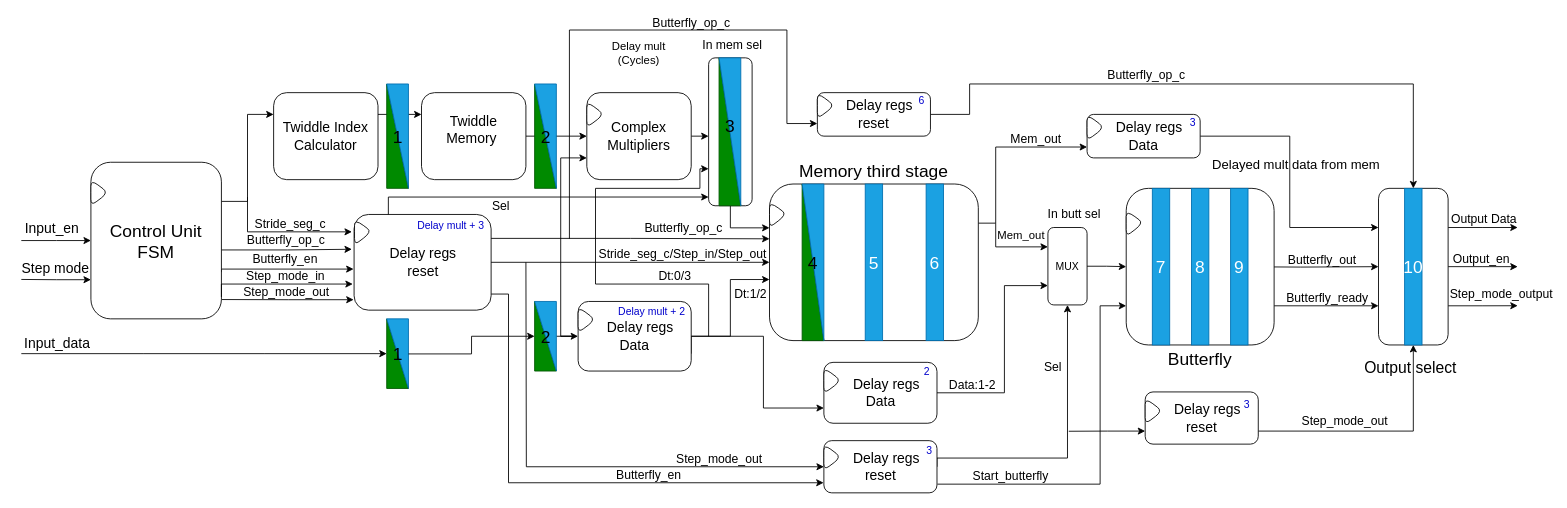
Earlier version of the draw.io diagram Plots_draw/Split_radix_draws/third_stage.drawio (Chzerdalis/FFT_hardware_accelarator). Source tidied: cells renumbered, new cells numbered last; positions are measured from the earlier drawing's top-left corner, leaving out a move shared by most shapes. Both pictures are drawn from the tidied source at 87%, with x=0, y=0 at pixel (21, 22).
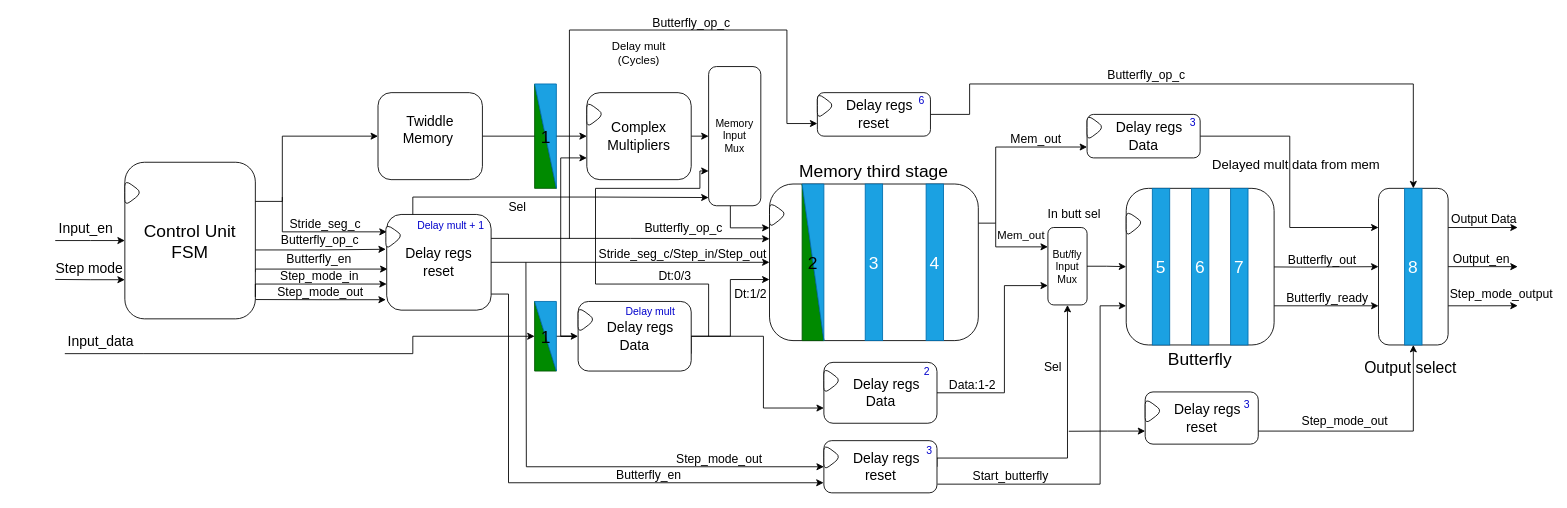
The same diagram, later.

The change refers to these unchanged cells:
```xml
<mxCell id="22" style="group;labelBackgroundColor=none;" parent="1" vertex="1">
  <mxGeometry x="590" y="71" width="42.5" height="120" as="geometry" />
</mxCell>
<mxCell id="54" style="group;labelBackgroundColor=none;" parent="1" vertex="1">
  <mxGeometry x="590" y="321" width="42.5" height="80" as="geometry" />
</mxCell>
<mxCell id="55" style="verticalLabelPosition=bottom;verticalAlign=top;html=1;shape=mxgraph.basic.orthogonal_triangle;fillColor=#008a00;fontColor=#ffffff;strokeColor=#005700;points=[[0,0,0,0,0],[0,0.5,0,0,0],[0,1,0,0,0],[0.5,0.5,0,0,0],[1,1,0,0,0]];labelBackgroundColor=none;" parent="54" vertex="1">
  <mxGeometry width="25" height="80" as="geometry" />
</mxCell>
```

The edit, as a diff of the source:
```diff
@@
     <mxCell id="2" style="edgeStyle=orthogonalEdgeStyle;rounded=0;jettySize=auto;html=1;exitX=0;exitY=0.5;exitDx=0;exitDy=0;exitPerimeter=0;startArrow=classic;startFill=1;endArrow=none;endFill=0;labelBackgroundColor=none;" parent="1" edge="1" source="11">
       <mxGeometry relative="1" as="geometry">
-        <mxPoint y="251" as="targetPoint" />
+        <mxPoint x="39" y="251" as="targetPoint" />
       </mxGeometry>
     </mxCell>
@@
-    <mxCell id="4" style="edgeStyle=orthogonalEdgeStyle;rounded=0;jettySize=auto;html=1;exitX=1;exitY=0.25;exitDx=0;exitDy=0;exitPerimeter=0;entryX=0;entryY=0.25;entryDx=0;entryDy=0;labelBackgroundColor=none;" parent="1" edge="1" source="11" target="15">
-      <mxGeometry relative="1" as="geometry" />
-    </mxCell>
     <mxCell id="5" style="edgeStyle=orthogonalEdgeStyle;rounded=0;jettySize=auto;html=1;exitX=1;exitY=0.56;exitDx=0;exitDy=0;exitPerimeter=0;labelBackgroundColor=none;" parent="1" edge="1" source="11">
       <mxGeometry relative="1" as="geometry">
-        <mxPoint x="380" y="261" as="targetPoint" />
+        <mxPoint x="419" y="261" as="targetPoint" />
         <Array as="points">
-          <mxPoint x="306" y="262" />
-          <mxPoint x="383" y="261" />
+          <mxPoint x="345" y="262" />
+          <mxPoint x="422" y="261" />
         </Array>
       </mxGeometry>
     </mxCell>
@@
     <mxCell id="7" style="edgeStyle=orthogonalEdgeStyle;rounded=0;orthogonalLoop=1;jettySize=auto;html=1;exitX=0.99;exitY=0.727;exitDx=0;exitDy=0;exitPerimeter=0;entryX=-0.004;entryY=0.616;entryDx=0;entryDy=0;entryPerimeter=0;labelBackgroundColor=none;" parent="1" edge="1">
       <mxGeometry relative="1" as="geometry">
-        <mxPoint x="228.5" y="286.9" as="sourcePoint" />
-        <mxPoint x="381.9" y="283.8" as="targetPoint" />
+        <mxPoint x="267.5" y="286.9" as="sourcePoint" />
+        <mxPoint x="420.9" y="283.8" as="targetPoint" />
         <Array as="points">
-          <mxPoint x="230" y="287" />
-          <mxPoint x="230" y="284" />
+          <mxPoint x="269" y="287" />
+          <mxPoint x="269" y="284" />
         </Array>
       </mxGeometry>
     </mxCell>
@@
     <mxCell id="9" style="edgeStyle=orthogonalEdgeStyle;rounded=0;jettySize=auto;html=1;exitX=0;exitY=0.75;exitDx=0;exitDy=0;exitPerimeter=0;endArrow=none;endFill=0;startArrow=classic;startFill=1;labelBackgroundColor=none;" parent="1" edge="1" source="11">
       <mxGeometry relative="1" as="geometry">
-        <mxPoint y="295.7" as="targetPoint" />
+        <mxPoint x="39" y="295.7" as="targetPoint" />
       </mxGeometry>
     </mxCell>
     <mxCell id="10" style="edgeStyle=orthogonalEdgeStyle;rounded=0;orthogonalLoop=1;jettySize=auto;html=1;exitX=1;exitY=0.86;exitDx=0;exitDy=0;exitPerimeter=0;labelBackgroundColor=none;" parent="1" edge="1">
       <mxGeometry relative="1" as="geometry">
-        <mxPoint x="230" y="318.8" as="sourcePoint" />
-        <mxPoint x="382" y="319" as="targetPoint" />
+        <mxPoint x="269" y="318.8" as="sourcePoint" />
+        <mxPoint x="419" y="319" as="targetPoint" />
         <Array as="points">
-          <mxPoint x="307" y="319" />
-          <mxPoint x="383" y="318" />
+          <mxPoint x="346" y="319" />
+          <mxPoint x="422" y="318" />
         </Array>
       </mxGeometry>
     </mxCell>
     <mxCell id="11" value="&lt;font style=&quot;font-size: 20px;&quot;&gt;Control Unit&lt;br&gt;FSM&lt;/font&gt;" style="rounded=1;whiteSpace=wrap;html=1;points=[[0,0,0,0,0],[0,0.25,0,0,0],[0,0.5,0,0,0],[0,0.75,0,0,0],[0,1,0,0,0],[0.25,0,0,0,0],[0.25,1,0,0,0],[0.5,0,0,0,0],[0.5,1,0,0,0],[0.75,0,0,0,0],[0.75,1,0,0,0],[1,0,0,0,0],[1,0.25,0,0,0],[1,0.37,0,0,0],[1,0.5,0,0,0],[1,0.62,0,0,0],[1,0.75,0,0,0],[1,0.86,0,0,0],[1,1,0,0,0]];labelBackgroundColor=none;" parent="1" vertex="1">
-      <mxGeometry x="80" y="161" width="150" height="180" as="geometry" />
+      <mxGeometry x="119" y="161" width="150" height="180" as="geometry" />
     </mxCell>
     <mxCell id="12" style="triangle;whiteSpace=wrap;html=1;rounded=1;labelBackgroundColor=none;" parent="1" vertex="1">
-      <mxGeometry x="80" y="181" width="20" height="30" as="geometry" />
+      <mxGeometry x="119" y="181" width="20" height="30" as="geometry" />
     </mxCell>
     <mxCell id="13" value="&lt;font style=&quot;font-size: 16px;&quot;&gt;Input_data&lt;/font&gt;" style="edgeLabel;html=1;align=center;verticalAlign=middle;labelBackgroundColor=none;" parent="1" vertex="1">
-      <mxGeometry x="40" y="368" as="geometry" />
+      <mxGeometry x="90" y="366" as="geometry" />
     </mxCell>
-    <mxCell id="14" style="edgeStyle=orthogonalEdgeStyle;rounded=0;jettySize=auto;html=1;exitX=1;exitY=0.25;exitDx=0;exitDy=0;entryX=0;entryY=0.25;entryDx=0;entryDy=0;labelBackgroundColor=none;" parent="1" edge="1" source="15" target="21">
-      <mxGeometry relative="1" as="geometry" />
-    </mxCell>
-    <mxCell id="15" value="&lt;font style=&quot;font-size: 16px;&quot;&gt;Twiddle Index&lt;/font&gt;&lt;div&gt;&lt;font style=&quot;font-size: 16px;&quot;&gt;Calculator&lt;/font&gt;&lt;/div&gt;" style="rounded=1;whiteSpace=wrap;html=1;labelBackgroundColor=none;" parent="1" vertex="1">
-      <mxGeometry x="290" y="81" width="120" height="100" as="geometry" />
-    </mxCell>
-    <mxCell id="16" style="group;labelBackgroundColor=none;" parent="1" vertex="1">
-      <mxGeometry x="420" y="71" width="42.5" height="120" as="geometry" />
-    </mxCell>
-    <mxCell id="17" style="verticalLabelPosition=bottom;verticalAlign=top;html=1;shape=mxgraph.basic.orthogonal_triangle;fillColor=#008a00;fontColor=#ffffff;strokeColor=#005700;labelBackgroundColor=none;" parent="16" vertex="1">
-      <mxGeometry width="25" height="120" as="geometry" />
-    </mxCell>
-    <mxCell id="18" style="verticalLabelPosition=bottom;verticalAlign=top;html=1;shape=mxgraph.basic.orthogonal_triangle;rotation=-180;fillColor=#1ba1e2;fontColor=#ffffff;strokeColor=#006EAF;labelBackgroundColor=none;" parent="16" vertex="1">
-      <mxGeometry width="25" height="120" as="geometry" />
-    </mxCell>
-    <mxCell id="19" value="&lt;font style=&quot;font-size: 20px;&quot;&gt;1&lt;/font&gt;" style="text;html=1;whiteSpace=wrap;strokeColor=none;fillColor=none;align=center;verticalAlign=middle;rounded=0;labelBackgroundColor=none;" parent="16" vertex="1">
-      <mxGeometry x="-17.5" y="45" width="60" height="30" as="geometry" />
-    </mxCell>
@@
     <mxCell id="21" value="&lt;font style=&quot;font-size: 16px;&quot;&gt;Twiddle Memory&amp;nbsp;&lt;/font&gt;&lt;div&gt;&lt;br&gt;&lt;/div&gt;" style="rounded=1;whiteSpace=wrap;html=1;labelBackgroundColor=none;" parent="1" vertex="1">
-      <mxGeometry x="460" y="81" width="120" height="100" as="geometry" />
+      <mxGeometry x="410" y="81" width="120" height="100" as="geometry" />
     </mxCell>
@@
-    <mxCell id="25" value="&lt;font style=&quot;font-size: 20px;&quot;&gt;2&lt;/font&gt;" style="text;html=1;whiteSpace=wrap;strokeColor=none;fillColor=none;align=center;verticalAlign=middle;rounded=0;labelBackgroundColor=none;" parent="22" vertex="1">
+    <mxCell id="25" value="&lt;font style=&quot;font-size: 20px;&quot;&gt;1&lt;/font&gt;" style="text;html=1;whiteSpace=wrap;strokeColor=none;fillColor=none;align=center;verticalAlign=middle;rounded=0;labelBackgroundColor=none;" parent="22" vertex="1">
       <mxGeometry x="-6.2" y="45" width="37.5" height="30" as="geometry" />
     </mxCell>
@@
-    <mxCell id="33" value="&lt;font style=&quot;font-size: 20px;&quot;&gt;5&lt;/font&gt;" style="rounded=0;whiteSpace=wrap;html=1;fillColor=#1ba1e2;fontColor=#ffffff;strokeColor=#006EAF;labelBackgroundColor=none;" parent="1" vertex="1">
+    <mxCell id="33" value="&lt;font style=&quot;font-size: 20px;&quot;&gt;3&lt;/font&gt;" style="rounded=0;whiteSpace=wrap;html=1;fillColor=#1ba1e2;fontColor=#ffffff;strokeColor=#006EAF;labelBackgroundColor=none;" parent="1" vertex="1">
       <mxGeometry x="970" y="186" width="20" height="180" as="geometry" />
     </mxCell>
-    <mxCell id="34" value="&lt;font style=&quot;font-size: 20px;&quot;&gt;6&lt;/font&gt;" style="rounded=0;whiteSpace=wrap;html=1;fillColor=#1ba1e2;fontColor=#ffffff;strokeColor=#006EAF;labelBackgroundColor=none;" parent="1" vertex="1">
+    <mxCell id="34" value="&lt;font style=&quot;font-size: 20px;&quot;&gt;4&lt;/font&gt;" style="rounded=0;whiteSpace=wrap;html=1;fillColor=#1ba1e2;fontColor=#ffffff;strokeColor=#006EAF;labelBackgroundColor=none;" parent="1" vertex="1">
       <mxGeometry x="1040" y="186" width="20" height="180" as="geometry" />
     </mxCell>
@@
-    <mxCell id="38" value="&lt;font style=&quot;font-size: 20px;&quot;&gt;4&lt;/font&gt;" style="text;html=1;whiteSpace=wrap;strokeColor=none;fillColor=none;align=center;verticalAlign=middle;rounded=0;labelBackgroundColor=none;" parent="1" vertex="1">
+    <mxCell id="38" value="&lt;font style=&quot;font-size: 20px;&quot;&gt;2&lt;/font&gt;" style="text;html=1;whiteSpace=wrap;strokeColor=none;fillColor=none;align=center;verticalAlign=middle;rounded=0;labelBackgroundColor=none;" parent="1" vertex="1">
       <mxGeometry x="880" y="261" width="60" height="30" as="geometry" />
     </mxCell>
@@
     <mxCell id="40" style="endArrow=classic;html=1;rounded=0;endFill=1;labelBackgroundColor=none;" parent="1" edge="1">
       <mxGeometry relative="1" as="geometry">
-        <mxPoint x="260" y="201" as="sourcePoint" />
-        <mxPoint x="380" y="241" as="targetPoint" />
+        <mxPoint x="300" y="201" as="sourcePoint" />
+        <mxPoint x="420" y="241" as="targetPoint" />
         <Array as="points">
-          <mxPoint x="260" y="241" />
+          <mxPoint x="300" y="241" />
         </Array>
       </mxGeometry>
     </mxCell>
@@
-    <mxCell id="42" style="endArrow=classic;html=1;rounded=0;entryX=0;entryY=0.5;entryDx=0;entryDy=0;endFill=1;entryPerimeter=0;labelBackgroundColor=none;" parent="1" edge="1" target="51">
+    <mxCell id="42" style="endArrow=classic;html=1;rounded=0;entryX=0.292;entryY=0.5;entryDx=0;entryDy=0;endFill=1;entryPerimeter=0;labelBackgroundColor=none;" parent="1" edge="1" target="57">
       <mxGeometry relative="1" as="geometry">
-        <mxPoint y="381" as="sourcePoint" />
+        <mxPoint x="50" y="381" as="sourcePoint" />
         <Array as="points">
           <mxPoint x="140" y="381" />
           <mxPoint x="210" y="381" />
-          <mxPoint x="280" y="381" />
+          <mxPoint x="450" y="381" />
+          <mxPoint x="450" y="361" />
         </Array>
       </mxGeometry>
     </mxCell>
@@
     <mxCell id="47" value="&lt;div&gt;&lt;span style=&quot;font-size: 16px;&quot;&gt;Delay regs&lt;/span&gt;&lt;/div&gt;&lt;div&gt;&lt;span style=&quot;font-size: 16px;&quot;&gt;reset&lt;/span&gt;&lt;/div&gt;" style="rounded=1;whiteSpace=wrap;html=1;points=[[0,0,0,0,0],[0,0.17,0,0,0],[0,0.38,0,0,0],[0,0.53,0,0,0],[0,0.68,0,0,0],[0,0.82,0,0,0],[0,1,0,0,0],[0.25,0,0,0,0],[0.25,1,0,0,0],[0.5,0,0,0,0],[0.5,1,0,0,0],[0.75,0,0,0,0],[0.75,1,0,0,0],[1,0,0,0,0],[1,0.25,0,0,0],[1,0.5,0,0,0],[1,0.75,0,0,0],[1,1,0,0,0]];labelBackgroundColor=none;" parent="1" vertex="1">
-      <mxGeometry x="382.5" y="221" width="157.5" height="110" as="geometry" />
+      <mxGeometry x="420" y="221" width="120" height="110" as="geometry" />
     </mxCell>
     <mxCell id="48" style="triangle;whiteSpace=wrap;html=1;rounded=1;arcSize=50;labelBackgroundColor=none;" parent="1" vertex="1">
-      <mxGeometry x="383" y="226" width="20" height="30" as="geometry" />
+      <mxGeometry x="419" y="231" width="20" height="30" as="geometry" />
     </mxCell>
@@
-    <mxCell id="50" style="group;labelBackgroundColor=none;" parent="1" vertex="1">
-      <mxGeometry x="420" y="341" width="42.5" height="80" as="geometry" />
-    </mxCell>
-    <mxCell id="51" style="verticalLabelPosition=bottom;verticalAlign=top;html=1;shape=mxgraph.basic.orthogonal_triangle;fillColor=#008a00;fontColor=#ffffff;strokeColor=#005700;points=[[0,0,0,0,0],[0,0.5,0,0,0],[0,1,0,0,0],[0.5,0.5,0,0,0],[1,1,0,0,0]];labelBackgroundColor=none;" parent="50" vertex="1">
-      <mxGeometry width="25" height="80" as="geometry" />
-    </mxCell>
-    <mxCell id="52" style="verticalLabelPosition=bottom;verticalAlign=top;html=1;shape=mxgraph.basic.orthogonal_triangle;rotation=-180;fillColor=#1ba1e2;fontColor=#ffffff;strokeColor=#006EAF;points=[[0,0,0,0,0],[0,1,0,0,0],[0.5,0.5,0,0,0],[1,0.5,0,0,0],[1,1,0,0,0]];labelBackgroundColor=none;" parent="50" vertex="1">
-      <mxGeometry width="25" height="80" as="geometry" />
-    </mxCell>
-    <mxCell id="53" value="&lt;font style=&quot;font-size: 20px;&quot;&gt;1&lt;/font&gt;" style="text;html=1;whiteSpace=wrap;strokeColor=none;fillColor=none;align=center;verticalAlign=middle;rounded=0;labelBackgroundColor=none;" parent="50" vertex="1">
-      <mxGeometry x="-17.5" y="25" width="60" height="30" as="geometry" />
-    </mxCell>
@@
-    <mxCell id="57" value="&lt;font style=&quot;font-size: 20px;&quot;&gt;2&lt;/font&gt;" style="text;html=1;whiteSpace=wrap;strokeColor=none;fillColor=none;align=center;verticalAlign=middle;rounded=0;labelBackgroundColor=none;" parent="54" vertex="1">
+    <mxCell id="57" value="&lt;font style=&quot;font-size: 20px;&quot;&gt;1&lt;/font&gt;" style="text;html=1;whiteSpace=wrap;strokeColor=none;fillColor=none;align=center;verticalAlign=middle;rounded=0;labelBackgroundColor=none;" parent="54" vertex="1">
       <mxGeometry x="-17.5" y="25" width="60" height="30" as="geometry" />
     </mxCell>
-    <mxCell id="58" style="edgeStyle=orthogonalEdgeStyle;rounded=0;jettySize=auto;html=1;exitX=0;exitY=0.5;exitDx=0;exitDy=0;exitPerimeter=0;entryX=-0.001;entryY=0.496;entryDx=0;entryDy=0;entryPerimeter=0;endArrow=none;endFill=0;startArrow=classic;startFill=1;labelBackgroundColor=none;" parent="1" edge="1" source="55" target="52">
-      <mxGeometry relative="1" as="geometry" />
-    </mxCell>
@@
-    <mxCell id="74" value="&lt;font style=&quot;font-size: 20px;&quot;&gt;7&lt;/font&gt;" style="rounded=0;whiteSpace=wrap;html=1;fillColor=#1ba1e2;fontColor=#ffffff;strokeColor=#006EAF;labelBackgroundColor=none;" parent="1" vertex="1">
+    <mxCell id="74" value="&lt;font style=&quot;font-size: 20px;&quot;&gt;5&lt;/font&gt;" style="rounded=0;whiteSpace=wrap;html=1;fillColor=#1ba1e2;fontColor=#ffffff;strokeColor=#006EAF;labelBackgroundColor=none;" parent="1" vertex="1">
       <mxGeometry x="1300" y="191" width="20" height="180" as="geometry" />
     </mxCell>
-    <mxCell id="75" value="&lt;font style=&quot;font-size: 20px;&quot;&gt;9&lt;/font&gt;" style="rounded=0;whiteSpace=wrap;html=1;fillColor=#1ba1e2;fontColor=#ffffff;strokeColor=#006EAF;labelBackgroundColor=none;" parent="1" vertex="1">
+    <mxCell id="75" value="&lt;font style=&quot;font-size: 20px;&quot;&gt;7&lt;/font&gt;" style="rounded=0;whiteSpace=wrap;html=1;fillColor=#1ba1e2;fontColor=#ffffff;strokeColor=#006EAF;labelBackgroundColor=none;" parent="1" vertex="1">
       <mxGeometry x="1390" y="191" width="20" height="180" as="geometry" />
     </mxCell>
@@
-    <mxCell id="102" value="&lt;font style=&quot;font-size: 20px;&quot;&gt;10&lt;/font&gt;" style="rounded=0;whiteSpace=wrap;html=1;fillColor=#1ba1e2;fontColor=#ffffff;strokeColor=#006EAF;labelBackgroundColor=none;" parent="1" vertex="1">
+    <mxCell id="102" value="&lt;font style=&quot;font-size: 20px;&quot;&gt;8&lt;/font&gt;" style="rounded=0;whiteSpace=wrap;html=1;fillColor=#1ba1e2;fontColor=#ffffff;strokeColor=#006EAF;labelBackgroundColor=none;" parent="1" vertex="1">
       <mxGeometry x="1590" y="191" width="20" height="180" as="geometry" />
     </mxCell>
@@
-    <mxCell id="104" value="&lt;font style=&quot;font-size: 20px;&quot;&gt;8&lt;/font&gt;" style="rounded=0;whiteSpace=wrap;html=1;fillColor=#1ba1e2;fontColor=#ffffff;strokeColor=#006EAF;labelBackgroundColor=none;" parent="1" vertex="1">
+    <mxCell id="104" value="&lt;font style=&quot;font-size: 20px;&quot;&gt;6&lt;/font&gt;" style="rounded=0;whiteSpace=wrap;html=1;fillColor=#1ba1e2;fontColor=#ffffff;strokeColor=#006EAF;labelBackgroundColor=none;" parent="1" vertex="1">
       <mxGeometry x="1345" y="191" width="20" height="180" as="geometry" />
     </mxCell>
@@
-    <mxCell id="108" value="&lt;span style=&quot;&quot;&gt;Delay mult + 3&lt;/span&gt;" style="text;html=1;whiteSpace=wrap;strokeColor=none;fillColor=none;align=center;verticalAlign=middle;rounded=0;labelBackgroundColor=none;fontColor=#0000CC;" parent="1" vertex="1">
+    <mxCell id="108" value="&lt;span style=&quot;&quot;&gt;Delay mult + 1&lt;/span&gt;" style="text;html=1;whiteSpace=wrap;strokeColor=none;fillColor=none;align=center;verticalAlign=middle;rounded=0;labelBackgroundColor=none;fontColor=#0000CC;" parent="1" vertex="1">
       <mxGeometry x="439" y="219" width="110" height="30" as="geometry" />
     </mxCell>
-    <mxCell id="109" value="&lt;span style=&quot;&quot;&gt;Delay mult + 2&lt;/span&gt;" style="text;html=1;whiteSpace=wrap;strokeColor=none;fillColor=none;align=center;verticalAlign=middle;rounded=0;labelBackgroundColor=none;fontColor=#0000CC;" parent="1" vertex="1">
+    <mxCell id="109" value="&lt;span style=&quot;&quot;&gt;Delay mult&amp;nbsp;&lt;/span&gt;" style="text;html=1;whiteSpace=wrap;strokeColor=none;fillColor=none;align=center;verticalAlign=middle;rounded=0;labelBackgroundColor=none;fontColor=#0000CC;" parent="1" vertex="1">
       <mxGeometry x="670" y="318" width="110" height="30" as="geometry" />
     </mxCell>
@@
-    <mxCell id="115" style="edgeStyle=orthogonalEdgeStyle;rounded=0;jettySize=auto;html=1;exitX=0;exitY=0.75;exitDx=0;exitDy=0;endArrow=none;endFill=0;startArrow=classic;startFill=1;labelBackgroundColor=none;" parent="1" edge="1" source="116">
+    <mxCell id="115" style="edgeStyle=orthogonalEdgeStyle;rounded=0;jettySize=auto;html=1;endArrow=none;endFill=0;startArrow=classic;startFill=1;labelBackgroundColor=none;exitX=0;exitY=0.75;exitDx=0;exitDy=0;" parent="1" edge="1" source="116">
       <mxGeometry relative="1" as="geometry">
         <mxPoint x="790" y="361" as="targetPoint" />
         <Array as="points">
-          <mxPoint x="780" y="169" />
+          <mxPoint x="780" y="171" />
           <mxPoint x="780" y="191" />
           <mxPoint x="660" y="191" />
           <mxPoint x="660" y="301" />
           <mxPoint x="790" y="301" />
         </Array>
       </mxGeometry>
     </mxCell>
-    <mxCell id="116" style="rounded=1;whiteSpace=wrap;html=1;labelBackgroundColor=none;" parent="1" vertex="1">
-      <mxGeometry x="790" y="41" width="50" height="170" as="geometry" />
+    <mxCell id="116" value="Memory&lt;br&gt;Input&lt;br&gt;Mux" style="rounded=1;whiteSpace=wrap;html=1;labelBackgroundColor=none;" parent="1" vertex="1">
+      <mxGeometry x="790" y="51" width="60" height="160" as="geometry" />
     </mxCell>
-    <mxCell id="117" style="group;labelBackgroundColor=none;" parent="1" vertex="1">
-      <mxGeometry x="802" y="41" width="42.5" height="170" as="geometry" />
-    </mxCell>
-    <mxCell id="118" style="verticalLabelPosition=bottom;verticalAlign=top;html=1;shape=mxgraph.basic.orthogonal_triangle;fillColor=#008a00;fontColor=#ffffff;strokeColor=#005700;labelBackgroundColor=none;" parent="117" vertex="1">
-      <mxGeometry width="25" height="170" as="geometry" />
-    </mxCell>
-    <mxCell id="119" style="verticalLabelPosition=bottom;verticalAlign=top;html=1;shape=mxgraph.basic.orthogonal_triangle;rotation=-180;fillColor=#1ba1e2;fontColor=#ffffff;strokeColor=#006EAF;labelBackgroundColor=none;" parent="117" vertex="1">
-      <mxGeometry width="25" height="170" as="geometry" />
-    </mxCell>
-    <mxCell id="120" value="&lt;font style=&quot;font-size: 20px;&quot;&gt;3&lt;/font&gt;" style="text;html=1;whiteSpace=wrap;strokeColor=none;fillColor=none;align=center;verticalAlign=middle;rounded=0;labelBackgroundColor=none;" parent="117" vertex="1">
-      <mxGeometry x="-17.5" y="56.7" width="60" height="42.5" as="geometry" />
-    </mxCell>
@@
-    <mxCell id="124" value="&lt;font style=&quot;font-size: 14px;&quot;&gt;In mem sel&lt;/font&gt;" style="text;html=1;whiteSpace=wrap;strokeColor=none;fillColor=none;align=center;verticalAlign=middle;rounded=0;labelBackgroundColor=none;" parent="1" vertex="1">
-      <mxGeometry x="780" y="11" width="75" height="30" as="geometry" />
-    </mxCell>
     <mxCell id="125" value="&lt;font style=&quot;font-size: 16px;&quot;&gt;Step mode&lt;/font&gt;" style="edgeLabel;html=1;align=center;verticalAlign=middle;labelBackgroundColor=none;" parent="1" vertex="1">
-      <mxGeometry x="26" y="276" as="geometry">
+      <mxGeometry x="65" y="276" as="geometry">
         <mxPoint x="12" y="6" as="offset" />
       </mxGeometry>
     </mxCell>
     <mxCell id="126" style="edgeStyle=orthogonalEdgeStyle;rounded=0;jettySize=auto;html=1;exitX=1;exitY=0.86;exitDx=0;exitDy=0;exitPerimeter=0;labelBackgroundColor=none;" parent="1" edge="1" source="11">
       <mxGeometry relative="1" as="geometry">
-        <mxPoint x="381" y="301" as="targetPoint" />
+        <mxPoint x="420" y="301" as="targetPoint" />
         <Array as="points">
-          <mxPoint x="230" y="301" />
-          <mxPoint x="381" y="301" />
+          <mxPoint x="269" y="301" />
+          <mxPoint x="420" y="301" />
         </Array>
       </mxGeometry>
     </mxCell>
     <mxCell id="127" value="&lt;font style=&quot;font-size: 14px;&quot;&gt;Step_mode_in&lt;/font&gt;" style="text;html=1;whiteSpace=wrap;strokeColor=none;fillColor=none;align=center;verticalAlign=middle;rounded=0;labelBackgroundColor=none;" parent="1" vertex="1">
-      <mxGeometry x="274" y="277" width="60" height="30" as="geometry" />
+      <mxGeometry x="313" y="277" width="60" height="30" as="geometry" />
     </mxCell>
     <mxCell id="128" value="&lt;font style=&quot;font-size: 14px;&quot;&gt;Step_mode_out&lt;/font&gt;" style="text;html=1;whiteSpace=wrap;strokeColor=none;fillColor=none;align=center;verticalAlign=middle;rounded=0;labelBackgroundColor=none;" parent="1" vertex="1">
-      <mxGeometry x="275" y="295" width="60" height="30" as="geometry" />
+      <mxGeometry x="314" y="295" width="60" height="30" as="geometry" />
     </mxCell>
@@
-    <mxCell id="130" value="MUX" style="rounded=1;whiteSpace=wrap;html=1;labelBackgroundColor=none;" parent="1" vertex="1">
+    <mxCell id="130" value="But/fly&lt;br&gt;Input&lt;br&gt;Mux" style="rounded=1;whiteSpace=wrap;html=1;labelBackgroundColor=none;" parent="1" vertex="1">
       <mxGeometry x="1180" y="236" width="45" height="89" as="geometry" />
     </mxCell>
@@
+    <mxCell id="141" style="edgeStyle=orthogonalEdgeStyle;rounded=0;jettySize=auto;html=1;exitX=0;exitY=0.5;exitDx=0;exitDy=0;entryX=1;entryY=0.25;entryDx=0;entryDy=0;entryPerimeter=0;endArrow=none;endFill=0;startArrow=classic;startFill=1;" parent="1" edge="1" source="21" target="11">
+      <mxGeometry relative="1" as="geometry">
+        <Array as="points">
+          <mxPoint x="300" y="131" />
+          <mxPoint x="300" y="206" />
+        </Array>
+      </mxGeometry>
+    </mxCell>
```
